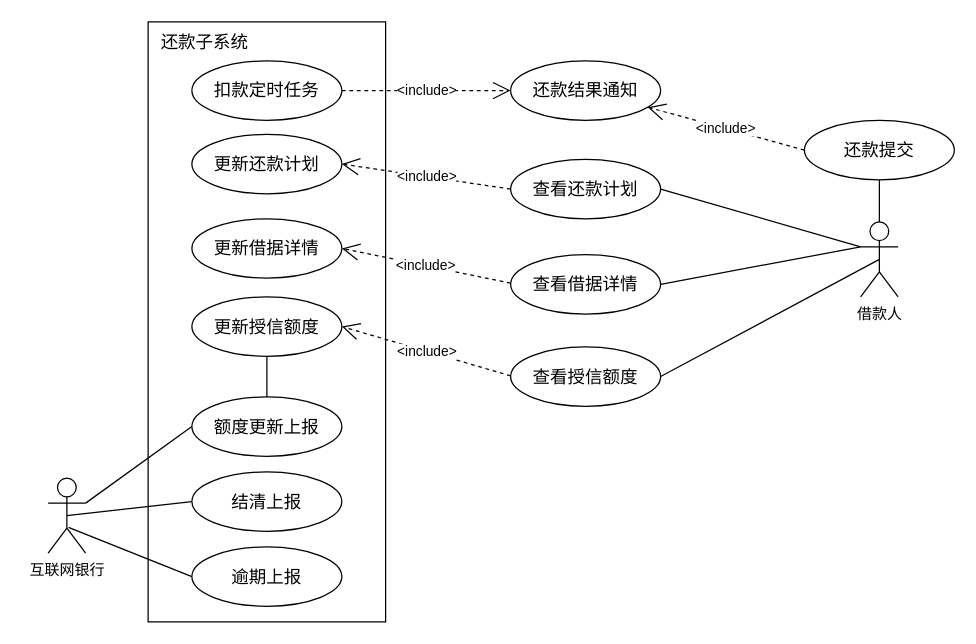
Before: 还款处理.drawio in wuxiao-web/graduationThesis, a draw.io diagram. Source tidied: cells renumbered, new cells numbered last; positions are measured from the earlier drawing's top-left corner, leaving out a move shared by most shapes. Both pictures are drawn from the tidied source at 125%, with x=0, y=0 at pixel (48, 21).
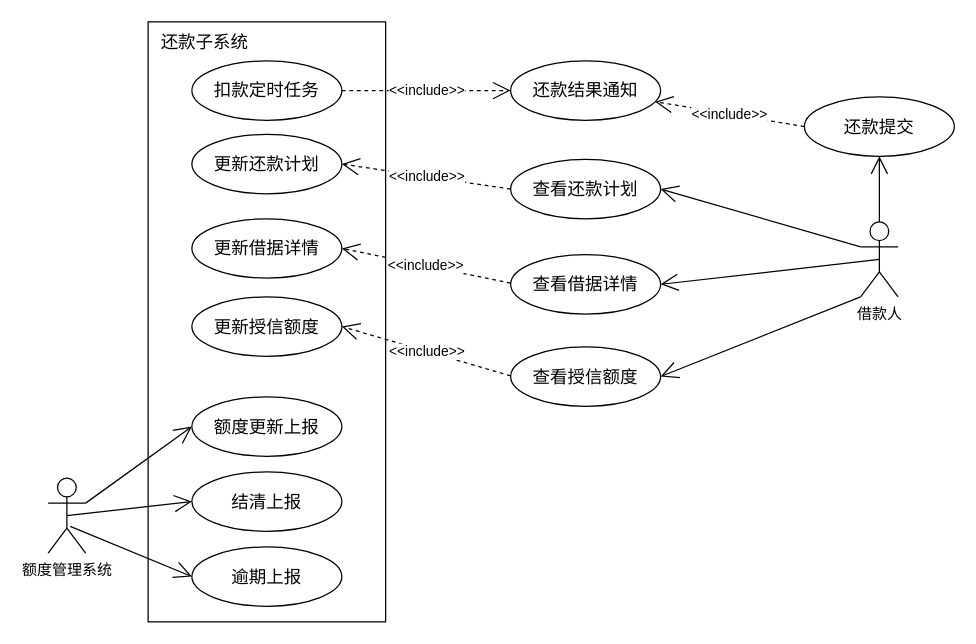
The same page after the edit.

Commit message:
更新还款处理.drawio

The change refers to these unchanged cells:
```xml
<mxCell id="4" value="&lt;span style=&quot;font-size: 14px;&quot;&gt;扣款定时任务&lt;/span&gt;" style="ellipse;whiteSpace=wrap;html=1;" parent="1" vertex="1">
  <mxGeometry x="115" y="31.2" width="120" height="47.5" as="geometry" />
</mxCell>
<mxCell id="5" value="&lt;span style=&quot;font-size: 14px;&quot;&gt;更新还款计划&lt;/span&gt;" style="ellipse;whiteSpace=wrap;html=1;" parent="1" vertex="1">
  <mxGeometry x="115" y="90" width="120" height="47.5" as="geometry" />
</mxCell>
<mxCell id="6" value="&lt;span style=&quot;font-size: 14px;&quot;&gt;更新借据详情&lt;/span&gt;" style="ellipse;whiteSpace=wrap;html=1;" parent="1" vertex="1">
  <mxGeometry x="115" y="157.5" width="120" height="47.5" as="geometry" />
</mxCell>
<mxCell id="7" value="&lt;span style=&quot;font-size: 14px;&quot;&gt;更新授信额度&lt;/span&gt;" style="ellipse;whiteSpace=wrap;html=1;" parent="1" vertex="1">
  <mxGeometry x="115" y="220" width="120" height="47.5" as="geometry" />
</mxCell>
<mxCell id="8" value="&lt;span style=&quot;font-size: 14px;&quot;&gt;结清上报&lt;/span&gt;" style="ellipse;whiteSpace=wrap;html=1;" parent="1" vertex="1">
  <mxGeometry x="115" y="360" width="120" height="47.5" as="geometry" />
</mxCell>
<mxCell id="9" value="&lt;span style=&quot;font-size: 14px;&quot;&gt;逾期上报&lt;/span&gt;" style="ellipse;whiteSpace=wrap;html=1;" parent="1" vertex="1">
  <mxGeometry x="115" y="420" width="120" height="47.5" as="geometry" />
</mxCell>
<mxCell id="13" value="&lt;span style=&quot;font-size: 14px;&quot;&gt;还款结果通知&lt;/span&gt;" style="ellipse;whiteSpace=wrap;html=1;" parent="1" vertex="1">
  <mxGeometry x="370" y="31.2" width="120" height="47.5" as="geometry" />
</mxCell>
<mxCell id="14" value="借款人" style="shape=umlActor;verticalLabelPosition=bottom;verticalAlign=top;html=1;" parent="1" vertex="1">
  <mxGeometry x="650" y="160" width="30" height="60" as="geometry" />
</mxCell>
<mxCell id="15" value="&lt;span style=&quot;font-size: 14px;&quot;&gt;查看还款计划&lt;/span&gt;" style="ellipse;whiteSpace=wrap;html=1;" parent="1" vertex="1">
  <mxGeometry x="370" y="110" width="120" height="47.5" as="geometry" />
</mxCell>
<mxCell id="16" value="&lt;span style=&quot;font-size: 14px;&quot;&gt;查看借据详情&lt;/span&gt;" style="ellipse;whiteSpace=wrap;html=1;" parent="1" vertex="1">
  <mxGeometry x="370" y="186.2" width="120" height="47.5" as="geometry" />
</mxCell>
<mxCell id="17" value="&lt;span style=&quot;font-size: 14px;&quot;&gt;查看授信额度&lt;/span&gt;" style="ellipse;whiteSpace=wrap;html=1;" parent="1" vertex="1">
  <mxGeometry x="370" y="260" width="120" height="47.5" as="geometry" />
</mxCell>
<mxCell id="24" value="&lt;span style=&quot;font-size: 14px;&quot;&gt;额度更新上报&lt;/span&gt;" style="ellipse;whiteSpace=wrap;html=1;" parent="1" vertex="1">
  <mxGeometry x="115" y="300" width="120" height="47.5" as="geometry" />
</mxCell>
```

Change to the diagram source:
```diff
@@
-    <mxCell id="10" value="互联网银行" style="shape=umlActor;verticalLabelPosition=bottom;verticalAlign=top;html=1;" parent="1" vertex="1">
+    <mxCell id="10" value="额度管理系统" style="shape=umlActor;verticalLabelPosition=bottom;verticalAlign=top;html=1;" parent="1" vertex="1">
       <mxGeometry y="365" width="30" height="60" as="geometry" />
     </mxCell>
-    <mxCell id="11" style="endArrow=none;html=1;rounded=0;entryX=0;entryY=0.5;entryDx=0;entryDy=0;exitX=0.5;exitY=0.5;exitDx=0;exitDy=0;exitPerimeter=0;" parent="1" edge="1" source="10" target="8">
-      <mxGeometry relative="1" as="geometry" />
-    </mxCell>
-    <mxCell id="12" style="endArrow=none;html=1;rounded=0;entryX=0;entryY=0.5;entryDx=0;entryDy=0;exitX=0.544;exitY=0.656;exitDx=0;exitDy=0;exitPerimeter=0;" parent="1" edge="1" source="10" target="9">
-      <mxGeometry relative="1" as="geometry" />
-    </mxCell>
@@
-    <mxCell id="18" style="rounded=0;jettySize=auto;html=1;entryX=1;entryY=0.5;entryDx=0;entryDy=0;endArrow=none;endFill=0;" parent="1" edge="1" target="15">
-      <mxGeometry relative="1" as="geometry">
-        <mxPoint x="650" y="180" as="sourcePoint" />
-      </mxGeometry>
-    </mxCell>
-    <mxCell id="19" style="rounded=0;jettySize=auto;html=1;entryX=1;entryY=0.5;entryDx=0;entryDy=0;endArrow=none;endFill=0;exitX=0;exitY=0.3333333333333333;exitDx=0;exitDy=0;exitPerimeter=0;" parent="1" edge="1" source="14" target="16">
-      <mxGeometry relative="1" as="geometry" />
-    </mxCell>
-    <mxCell id="20" style="rounded=0;jettySize=auto;html=1;entryX=1;entryY=0.5;entryDx=0;entryDy=0;endArrow=none;endFill=0;exitX=0.5;exitY=0.5;exitDx=0;exitDy=0;exitPerimeter=0;" parent="1" edge="1" source="14" target="17">
-      <mxGeometry relative="1" as="geometry" />
-    </mxCell>
-    <mxCell id="21" value="&amp;lt;include&amp;gt;" style="endArrow=open;endSize=12;dashed=1;html=1;rounded=0;entryX=1;entryY=0.5;entryDx=0;entryDy=0;exitX=0;exitY=0.5;exitDx=0;exitDy=0;" parent="1" edge="1" source="15" target="5">
+    <mxCell id="21" value="&amp;lt;&amp;lt;include&amp;gt;&amp;gt;" style="endArrow=open;endSize=12;dashed=1;html=1;rounded=0;entryX=1;entryY=0.5;entryDx=0;entryDy=0;exitX=0;exitY=0.5;exitDx=0;exitDy=0;" parent="1" edge="1" source="15" target="5">
       <mxGeometry relative="1" as="geometry" />
     </mxCell>
-    <mxCell id="22" value="&amp;lt;include&amp;gt;" style="endArrow=open;endSize=12;dashed=1;html=1;rounded=0;exitX=0;exitY=0.5;exitDx=0;exitDy=0;entryX=1;entryY=0.5;entryDx=0;entryDy=0;" parent="1" edge="1" target="6">
+    <mxCell id="22" value="&amp;lt;&amp;lt;include&amp;gt;&amp;gt;" style="endArrow=open;endSize=12;dashed=1;html=1;rounded=0;exitX=0;exitY=0.5;exitDx=0;exitDy=0;entryX=1;entryY=0.5;entryDx=0;entryDy=0;" parent="1" edge="1" target="6">
       <mxGeometry relative="1" as="geometry">
         <mxPoint x="370" y="209" as="sourcePoint" />
       </mxGeometry>
     </mxCell>
-    <mxCell id="23" value="&amp;lt;include&amp;gt;" style="endArrow=open;endSize=12;dashed=1;html=1;rounded=0;entryX=1;entryY=0.5;entryDx=0;entryDy=0;exitX=0;exitY=0.5;exitDx=0;exitDy=0;" parent="1" edge="1" target="7">
+    <mxCell id="23" value="&amp;lt;&amp;lt;include&amp;gt;&amp;gt;" style="endArrow=open;endSize=12;dashed=1;html=1;rounded=0;entryX=1;entryY=0.5;entryDx=0;entryDy=0;exitX=0;exitY=0.5;exitDx=0;exitDy=0;" parent="1" edge="1" target="7">
       <mxGeometry relative="1" as="geometry">
         <mxPoint x="370" y="283.2" as="sourcePoint" />
       </mxGeometry>
     </mxCell>
@@
-    <mxCell id="25" style="endArrow=none;html=1;rounded=0;exitX=0.5;exitY=0;exitDx=0;exitDy=0;entryX=0.5;entryY=1;entryDx=0;entryDy=0;" parent="1" edge="1" source="24" target="7">
-      <mxGeometry relative="1" as="geometry" />
-    </mxCell>
-    <mxCell id="26" style="endArrow=none;html=1;rounded=0;entryX=0;entryY=0.5;entryDx=0;entryDy=0;exitX=1;exitY=0.3333333333333333;exitDx=0;exitDy=0;exitPerimeter=0;" parent="1" edge="1" source="10" target="24">
-      <mxGeometry relative="1" as="geometry" />
-    </mxCell>
-    <mxCell id="27" value="&amp;lt;include&amp;gt;" style="endArrow=open;endSize=12;dashed=1;html=1;rounded=0;entryX=0;entryY=0.5;entryDx=0;entryDy=0;exitX=1;exitY=0.5;exitDx=0;exitDy=0;" parent="1" edge="1" source="4" target="13">
+    <mxCell id="27" value="&amp;lt;&amp;lt;include&amp;gt;&amp;gt;" style="endArrow=open;endSize=12;dashed=1;html=1;rounded=0;entryX=0;entryY=0.5;entryDx=0;entryDy=0;exitX=1;exitY=0.5;exitDx=0;exitDy=0;" parent="1" edge="1" source="4" target="13">
       <mxGeometry relative="1" as="geometry" />
     </mxCell>
     <mxCell id="28" value="&lt;span style=&quot;font-size: 14px;&quot;&gt;还款提交&lt;/span&gt;" style="ellipse;whiteSpace=wrap;html=1;" parent="1" vertex="1">
-      <mxGeometry x="605" y="78.8" width="120" height="47.5" as="geometry" />
+      <mxGeometry x="605" y="60" width="120" height="47.5" as="geometry" />
     </mxCell>
-    <mxCell id="29" style="rounded=0;jettySize=auto;html=1;entryX=0.5;entryY=1;entryDx=0;entryDy=0;endArrow=none;endFill=0;exitX=0.5;exitY=0;exitDx=0;exitDy=0;exitPerimeter=0;" parent="1" edge="1" source="14" target="28">
-      <mxGeometry relative="1" as="geometry" />
-    </mxCell>
-    <mxCell id="30" value="&amp;lt;include&amp;gt;" style="endArrow=open;endSize=12;dashed=1;html=1;rounded=0;exitX=0;exitY=0.5;exitDx=0;exitDy=0;" parent="1" edge="1" source="28" target="13">
+    <mxCell id="30" value="&amp;lt;&amp;lt;include&amp;gt;&amp;gt;" style="endArrow=open;endSize=12;dashed=1;html=1;rounded=0;exitX=0;exitY=0.5;exitDx=0;exitDy=0;" parent="1" edge="1" source="28" target="13">
       <mxGeometry relative="1" as="geometry" />
     </mxCell>
+    <mxCell id="31" style="endArrow=open;endSize=12;html=1;rounded=0;exitX=0;exitY=0.3333333333333333;exitDx=0;exitDy=0;exitPerimeter=0;entryX=1;entryY=0.5;entryDx=0;entryDy=0;" parent="1" edge="1" source="14" target="15">
+      <mxGeometry relative="1" as="geometry" />
+    </mxCell>
+    <mxCell id="19" style="endArrow=open;endSize=12;html=1;rounded=0;exitX=0.5;exitY=0.5;exitDx=0;exitDy=0;exitPerimeter=0;entryX=1;entryY=0.5;entryDx=0;entryDy=0;" parent="1" edge="1" source="14" target="16">
+      <mxGeometry relative="1" as="geometry" />
+    </mxCell>
+    <mxCell id="20" style="endArrow=open;endSize=12;html=1;rounded=0;exitX=0;exitY=1;exitDx=0;exitDy=0;exitPerimeter=0;entryX=1;entryY=0.5;entryDx=0;entryDy=0;" parent="1" edge="1" source="14" target="17">
+      <mxGeometry relative="1" as="geometry" />
+    </mxCell>
+    <mxCell id="26" style="endArrow=open;endSize=12;html=1;rounded=0;exitX=1;exitY=0.3333333333333333;exitDx=0;exitDy=0;exitPerimeter=0;entryX=0;entryY=0.5;entryDx=0;entryDy=0;" parent="1" edge="1" source="10" target="24">
+      <mxGeometry relative="1" as="geometry" />
+    </mxCell>
+    <mxCell id="11" style="endArrow=open;endSize=12;html=1;rounded=0;exitX=0.5;exitY=0.5;exitDx=0;exitDy=0;exitPerimeter=0;entryX=0;entryY=0.5;entryDx=0;entryDy=0;" parent="1" edge="1" source="10" target="8">
+      <mxGeometry relative="1" as="geometry" />
+    </mxCell>
+    <mxCell id="12" style="endArrow=open;endSize=12;html=1;rounded=0;exitX=0.589;exitY=0.644;exitDx=0;exitDy=0;exitPerimeter=0;entryX=0;entryY=0.5;entryDx=0;entryDy=0;" parent="1" edge="1" source="10" target="9">
+      <mxGeometry relative="1" as="geometry" />
+    </mxCell>
+    <mxCell id="32" style="endArrow=open;endSize=12;html=1;rounded=0;entryX=0.5;entryY=1;entryDx=0;entryDy=0;" parent="1" edge="1" target="28">
+      <mxGeometry relative="1" as="geometry">
+        <mxPoint x="665" y="160" as="sourcePoint" />
+      </mxGeometry>
+    </mxCell>
```
